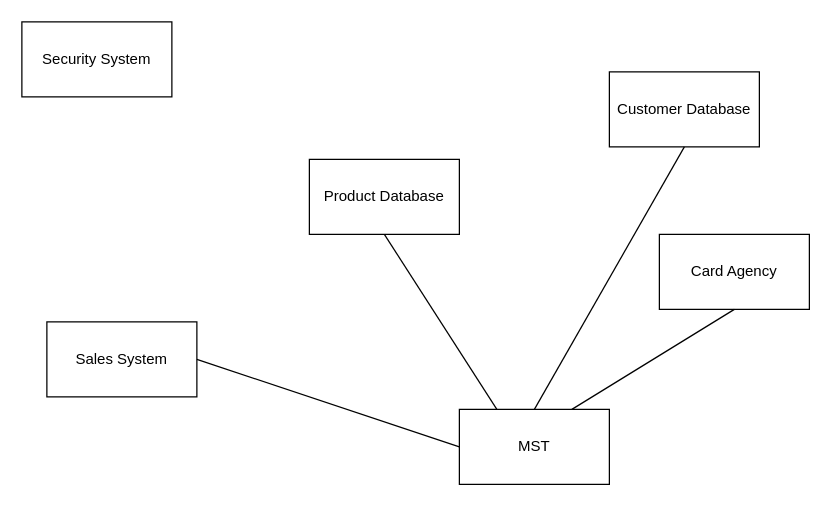
Earlier version of the draw.io diagram workshop10_week11.drawio (antonykimuom/SWEN30006-2025-SM1-workshop1-tuew05-14-00-team-12). Source tidied: cells renumbered, new cells numbered last; positions are measured from the earlier drawing's top-left corner, leaving out a move shared by most shapes. Both pictures are drawn from the tidied source at 125%, with x=0, y=0 at pixel (21, 21).
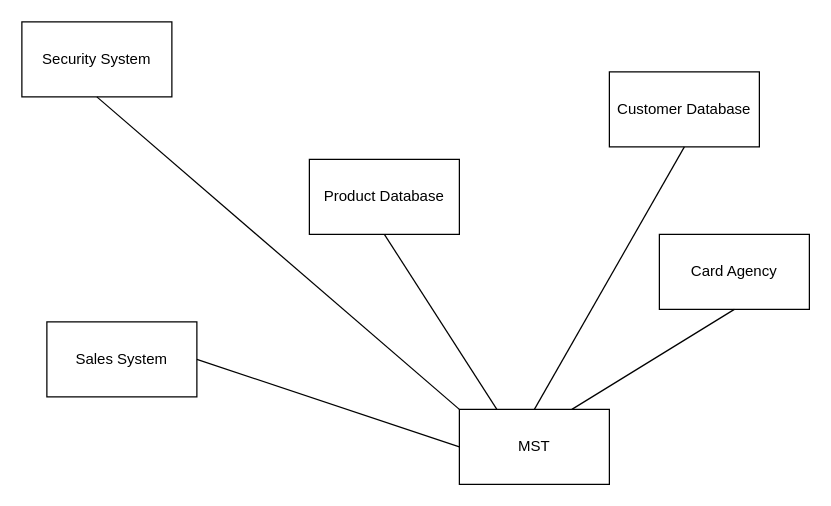
The same diagram, later.

Change to the diagram source:
```diff
@@
 <mxGraphModel>
   <root>
     <mxCell id="0" />
     <mxCell id="1" parent="0" />
     <mxCell id="2" value="Product Database" style="rounded=0;whiteSpace=wrap;html=1;" parent="1" vertex="1">
       <mxGeometry x="230" y="110" width="120" height="60" as="geometry" />
     </mxCell>
     <mxCell id="3" value="Customer Database" style="rounded=0;whiteSpace=wrap;html=1;" parent="1" vertex="1">
       <mxGeometry x="470" y="40" width="120" height="60" as="geometry" />
     </mxCell>
     <mxCell id="4" value="Security System" style="rounded=0;whiteSpace=wrap;html=1;" parent="1" vertex="1">
       <mxGeometry width="120" height="60" as="geometry" />
     </mxCell>
     <mxCell id="5" value="MST" style="rounded=0;whiteSpace=wrap;html=1;" parent="1" vertex="1">
       <mxGeometry x="350" y="310" width="120" height="60" as="geometry" />
     </mxCell>
     <mxCell id="6" value="Sales System" style="rounded=0;whiteSpace=wrap;html=1;" parent="1" vertex="1">
       <mxGeometry x="20" y="240" width="120" height="60" as="geometry" />
     </mxCell>
     <mxCell id="7" value="Card Agency" style="rounded=0;whiteSpace=wrap;html=1;" parent="1" vertex="1">
       <mxGeometry x="510" y="170" width="120" height="60" as="geometry" />
     </mxCell>
     <mxCell id="8" style="endArrow=none;html=1;rounded=0;exitX=0.25;exitY=0;exitDx=0;exitDy=0;entryX=0.5;entryY=1;entryDx=0;entryDy=0;" parent="1" edge="1" source="5" target="2">
       <mxGeometry relative="1" as="geometry" />
     </mxCell>
     <mxCell id="9" style="endArrow=none;html=1;rounded=0;exitX=0.5;exitY=1;exitDx=0;exitDy=0;entryX=0.5;entryY=0;entryDx=0;entryDy=0;" parent="1" edge="1" source="3" target="5">
       <mxGeometry relative="1" as="geometry" />
     </mxCell>
     <mxCell id="10" style="endArrow=none;html=1;rounded=0;exitX=0.5;exitY=1;exitDx=0;exitDy=0;entryX=0.75;entryY=0;entryDx=0;entryDy=0;" parent="1" edge="1" source="7" target="5">
       <mxGeometry relative="1" as="geometry" />
     </mxCell>
     <mxCell id="11" style="endArrow=none;html=1;rounded=0;exitX=1;exitY=0.5;exitDx=0;exitDy=0;entryX=0;entryY=0.5;entryDx=0;entryDy=0;" parent="1" edge="1" source="6" target="5">
       <mxGeometry relative="1" as="geometry" />
     </mxCell>
+    <mxCell id="12" style="endArrow=none;html=1;rounded=0;entryX=0.5;entryY=1;entryDx=0;entryDy=0;exitX=0;exitY=0;exitDx=0;exitDy=0;" parent="1" edge="1" source="5" target="4">
+      <mxGeometry relative="1" as="geometry" />
+    </mxCell>
   </root>
 </mxGraphModel>
```
